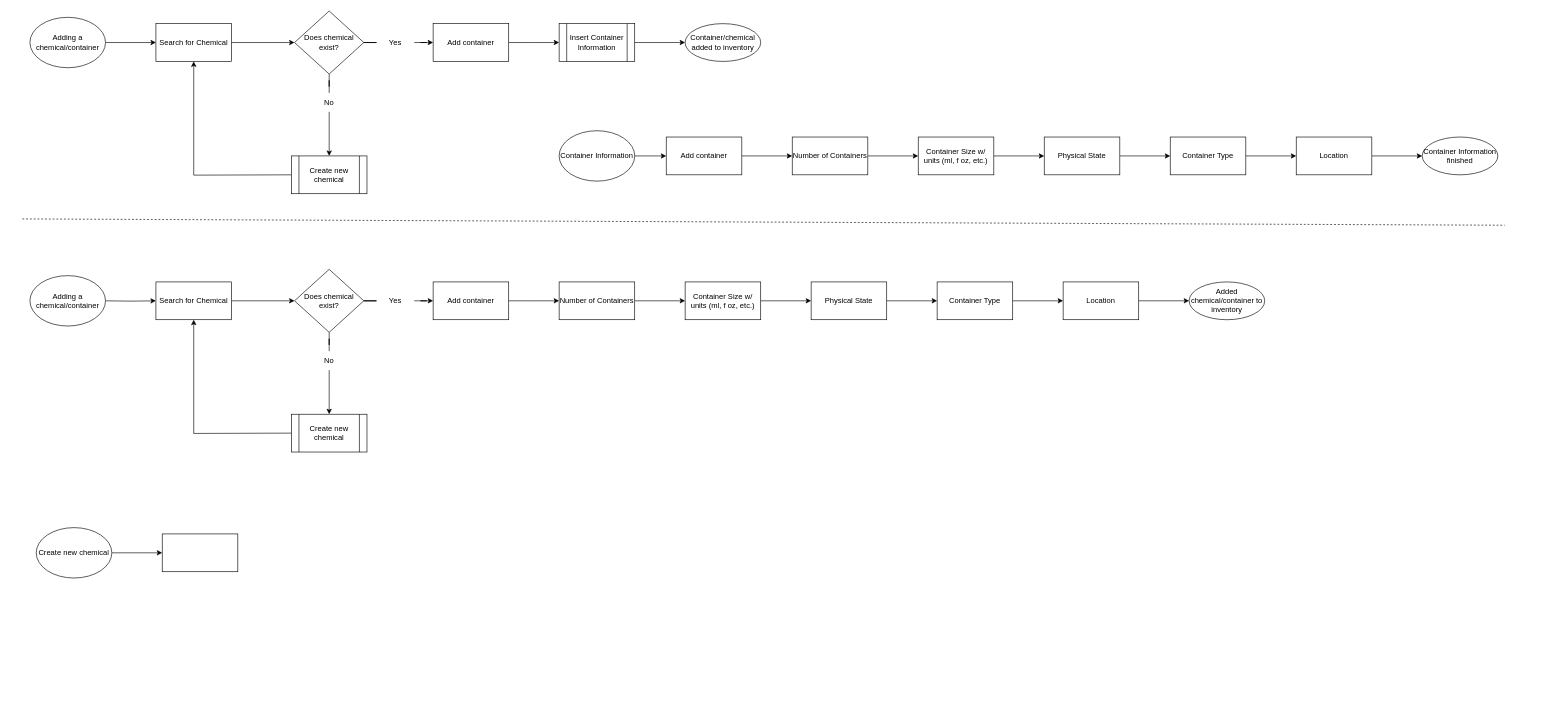
The draw.io diagram chemical_add_container.drawio in samuelroiz/WorkFlows_storage, before the edit. Source tidied: cells renumbered, new cells numbered last; positions are measured from the earlier drawing's top-left corner, leaving out a move shared by most shapes. Both pictures are drawn from the tidied source at 63%, with x=0, y=0 at pixel (22, 11).
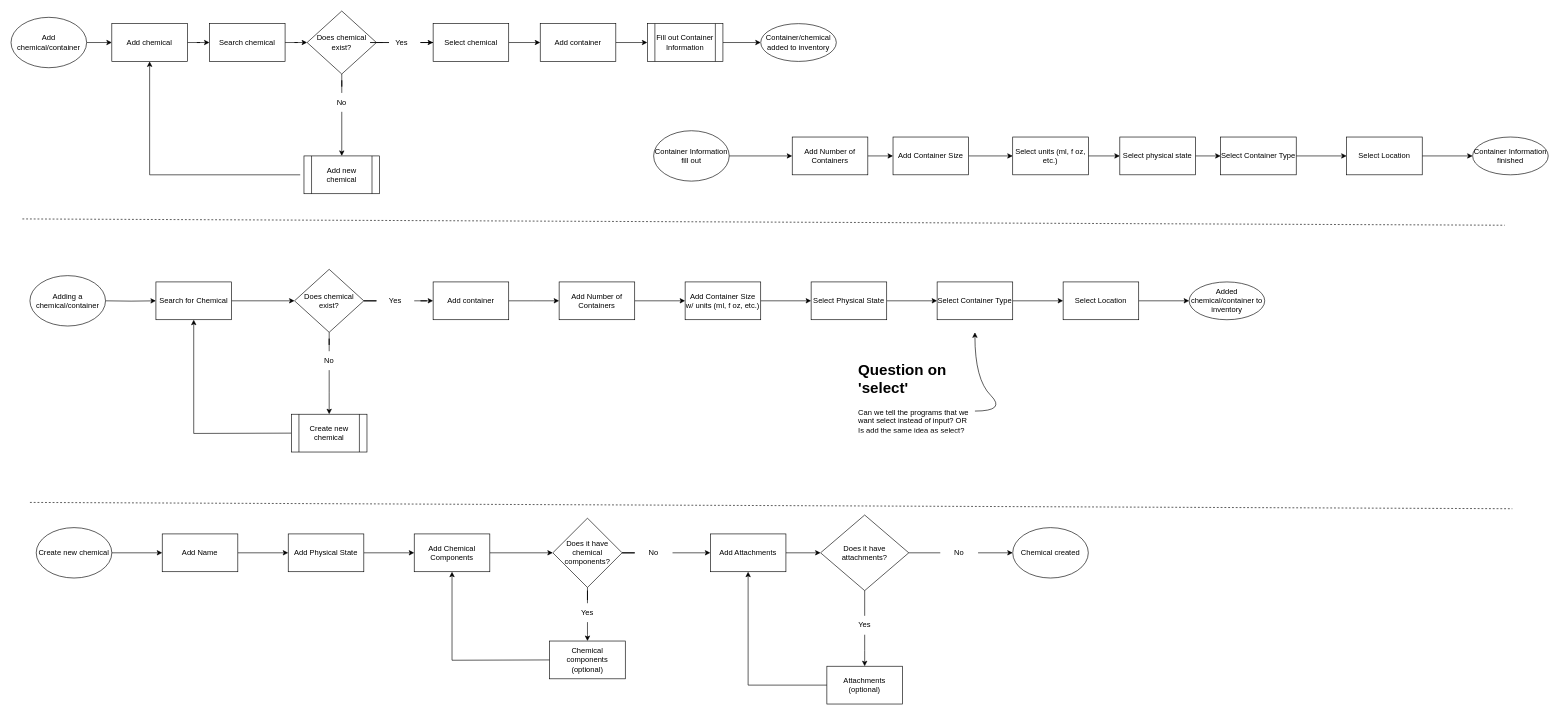
The same page after the edit.

Diff of the diagram source:
```diff
@@
-    <mxCell id="3" value="Adding a chemical/container" style="ellipse;whiteSpace=wrap;html=1;" parent="1" vertex="1">
-      <mxGeometry x="12" y="10" width="120" height="80" as="geometry" />
+    <mxCell id="3" value="Add chemical/container" style="ellipse;whiteSpace=wrap;html=1;" parent="1" vertex="1">
+      <mxGeometry x="-18" y="10" width="120" height="80" as="geometry" />
     </mxCell>
-    <mxCell id="4" style="edgeStyle=orthogonalEdgeStyle;rounded=0;jettySize=auto;html=1;" parent="1" edge="1" source="5" target="8">
-      <mxGeometry relative="1" as="geometry" />
-    </mxCell>
+    <mxCell id="65" style="edgeStyle=orthogonalEdgeStyle;rounded=0;jettySize=auto;html=1;" parent="1" edge="1" source="5" target="101">
+      <mxGeometry relative="1" as="geometry" />
+    </mxCell>
-    <mxCell id="5" value="Search for Chemical" style="whiteSpace=wrap;html=1;" parent="1" vertex="1">
-      <mxGeometry x="212" y="20" width="120" height="60" as="geometry" />
+    <mxCell id="5" value="Add chemical" style="whiteSpace=wrap;html=1;" parent="1" vertex="1">
+      <mxGeometry x="142" y="20" width="120" height="60" as="geometry" />
     </mxCell>
-    <mxCell id="6" style="edgeStyle=orthogonalEdgeStyle;rounded=0;jettySize=auto;html=1;startArrow=none;" parent="1" edge="1" source="12">
-      <mxGeometry relative="1" as="geometry">
-        <mxPoint x="487" y="230" as="targetPoint" />
-      </mxGeometry>
-    </mxCell>
@@
     <mxCell id="8" value="Does chemical exist?" style="rhombus;whiteSpace=wrap;html=1;" parent="1" vertex="1">
-      <mxGeometry x="432" width="110" height="100" as="geometry" />
+      <mxGeometry x="452" width="110" height="100" as="geometry" />
     </mxCell>
-    <mxCell id="9" style="edgeStyle=orthogonalEdgeStyle;rounded=0;jettySize=auto;html=1;entryX=0.5;entryY=1;entryDx=0;entryDy=0;" parent="1" edge="1" target="5">
-      <mxGeometry relative="1" as="geometry">
-        <mxPoint x="427" y="260" as="sourcePoint" />
-      </mxGeometry>
+    <mxCell id="9" style="edgeStyle=orthogonalEdgeStyle;rounded=0;jettySize=auto;html=1;entryX=0.5;entryY=1;entryDx=0;entryDy=0;exitX=-0.05;exitY=0.5;exitDx=0;exitDy=0;exitPerimeter=0;" parent="1" edge="1" source="16" target="5">
+      <mxGeometry relative="1" as="geometry" />
     </mxCell>
-    <mxCell id="10" style="edgeStyle=orthogonalEdgeStyle;rounded=0;jettySize=auto;html=1;" parent="1" edge="1" source="11">
-      <mxGeometry relative="1" as="geometry">
-        <mxPoint x="852" y="50" as="targetPoint" />
-      </mxGeometry>
-    </mxCell>
+    <mxCell id="66" style="edgeStyle=orthogonalEdgeStyle;rounded=0;jettySize=auto;html=1;" parent="1" edge="1" source="11" target="46">
+      <mxGeometry relative="1" as="geometry" />
+    </mxCell>
-    <mxCell id="11" value="Add container" style="whiteSpace=wrap;html=1;" parent="1" vertex="1">
+    <mxCell id="11" value="Select chemical" style="whiteSpace=wrap;html=1;" parent="1" vertex="1">
       <mxGeometry x="652" y="20" width="120" height="60" as="geometry" />
     </mxCell>
+    <mxCell id="67" style="edgeStyle=orthogonalEdgeStyle;rounded=0;jettySize=auto;html=1;" parent="1" edge="1" source="12" target="16">
+      <mxGeometry relative="1" as="geometry" />
+    </mxCell>
     <mxCell id="12" value="No" style="text;html=1;strokeColor=none;fillColor=none;align=center;verticalAlign=middle;whiteSpace=wrap;rounded=0;" parent="1" vertex="1">
-      <mxGeometry x="457" y="130" width="60" height="30" as="geometry" />
+      <mxGeometry x="477" y="130" width="60" height="30" as="geometry" />
     </mxCell>
@@
     <mxCell id="14" value="Yes" style="text;html=1;strokeColor=none;fillColor=none;align=center;verticalAlign=middle;whiteSpace=wrap;rounded=0;" parent="1" vertex="1">
-      <mxGeometry x="562" y="35" width="60" height="30" as="geometry" />
+      <mxGeometry x="572" y="35" width="60" height="30" as="geometry" />
     </mxCell>
@@
-    <mxCell id="16" value="Create new chemical" style="shape=process;whiteSpace=wrap;html=1;backgroundOutline=1;" parent="1" vertex="1">
-      <mxGeometry x="427" y="230" width="120" height="60" as="geometry" />
+    <mxCell id="16" value="Add new chemical" style="shape=process;whiteSpace=wrap;html=1;backgroundOutline=1;" parent="1" vertex="1">
+      <mxGeometry x="447" y="230" width="120" height="60" as="geometry" />
     </mxCell>
@@
-    <mxCell id="18" value="Insert Container Information" style="shape=process;whiteSpace=wrap;html=1;backgroundOutline=1;" parent="1" vertex="1">
-      <mxGeometry x="852" y="20" width="120" height="60" as="geometry" />
+    <mxCell id="18" value="Fill out Container Information" style="shape=process;whiteSpace=wrap;html=1;backgroundOutline=1;" parent="1" vertex="1">
+      <mxGeometry x="992" y="20" width="120" height="60" as="geometry" />
     </mxCell>
@@
-    <mxCell id="35" value="Number of Containers" style="rounded=0;whiteSpace=wrap;html=1;" parent="1" vertex="1">
+    <mxCell id="35" value="Add Number of Containers" style="rounded=0;whiteSpace=wrap;html=1;" parent="1" vertex="1">
       <mxGeometry x="852" y="430" width="120" height="60" as="geometry" />
     </mxCell>
@@
-    <mxCell id="37" value="Container Size w/ units (ml, f oz, etc.)" style="whiteSpace=wrap;html=1;rounded=0;" parent="1" vertex="1">
+    <mxCell id="37" value="Add Container Size w/ units (ml, f oz, etc.)" style="whiteSpace=wrap;html=1;rounded=0;" parent="1" vertex="1">
       <mxGeometry x="1052" y="430" width="120" height="60" as="geometry" />
     </mxCell>
@@
-    <mxCell id="39" value="Physical State" style="whiteSpace=wrap;html=1;rounded=0;" parent="1" vertex="1">
+    <mxCell id="39" value="Select Physical State" style="whiteSpace=wrap;html=1;rounded=0;" parent="1" vertex="1">
       <mxGeometry x="1252" y="430" width="120" height="60" as="geometry" />
     </mxCell>
@@
-    <mxCell id="41" value="Container Type" style="whiteSpace=wrap;html=1;rounded=0;" parent="1" vertex="1">
+    <mxCell id="41" value="Select Container Type" style="whiteSpace=wrap;html=1;rounded=0;" parent="1" vertex="1">
       <mxGeometry x="1452" y="430" width="120" height="60" as="geometry" />
     </mxCell>
@@
-    <mxCell id="43" value="Location" style="whiteSpace=wrap;html=1;rounded=0;" parent="1" vertex="1">
+    <mxCell id="43" value="Select Location" style="whiteSpace=wrap;html=1;rounded=0;" parent="1" vertex="1">
       <mxGeometry x="1652" y="430" width="120" height="60" as="geometry" />
     </mxCell>
@@
-    <mxCell id="45" style="edgeStyle=orthogonalEdgeStyle;rounded=0;jettySize=auto;html=1;" parent="1" edge="1" source="46">
-      <mxGeometry relative="1" as="geometry">
-        <mxPoint x="1222" y="230" as="targetPoint" />
-      </mxGeometry>
-    </mxCell>
-    <mxCell id="46" value="Add container" style="whiteSpace=wrap;html=1;" parent="1" vertex="1">
-      <mxGeometry x="1022" y="200" width="120" height="60" as="geometry" />
-    </mxCell>
@@
-    <mxCell id="48" value="Number of Containers" style="rounded=0;whiteSpace=wrap;html=1;" parent="1" vertex="1">
+    <mxCell id="48" value="Add Number of Containers" style="rounded=0;whiteSpace=wrap;html=1;" parent="1" vertex="1">
       <mxGeometry x="1222" y="200" width="120" height="60" as="geometry" />
     </mxCell>
-    <mxCell id="49" style="edgeStyle=orthogonalEdgeStyle;rounded=0;jettySize=auto;html=1;" parent="1" edge="1" source="50" target="52">
-      <mxGeometry relative="1" as="geometry" />
-    </mxCell>
+    <mxCell id="68" style="edgeStyle=orthogonalEdgeStyle;rounded=0;jettySize=auto;html=1;" parent="1" edge="1" source="50" target="103">
+      <mxGeometry relative="1" as="geometry" />
+    </mxCell>
-    <mxCell id="50" value="Container Size w/ units (ml, f oz, etc.)" style="whiteSpace=wrap;html=1;rounded=0;" parent="1" vertex="1">
-      <mxGeometry x="1422" y="200" width="120" height="60" as="geometry" />
+    <mxCell id="50" value="Add Container Size" style="whiteSpace=wrap;html=1;rounded=0;" parent="1" vertex="1">
+      <mxGeometry x="1382" y="200" width="120" height="60" as="geometry" />
     </mxCell>
@@
-    <mxCell id="52" value="Physical State" style="whiteSpace=wrap;html=1;rounded=0;" parent="1" vertex="1">
-      <mxGeometry x="1622" y="200" width="120" height="60" as="geometry" />
+    <mxCell id="52" value="Select physical state" style="whiteSpace=wrap;html=1;rounded=0;" parent="1" vertex="1">
+      <mxGeometry x="1742" y="200" width="120" height="60" as="geometry" />
     </mxCell>
@@
-    <mxCell id="54" value="Container Type" style="whiteSpace=wrap;html=1;rounded=0;" parent="1" vertex="1">
-      <mxGeometry x="1822" y="200" width="120" height="60" as="geometry" />
+    <mxCell id="54" value="Select Container Type" style="whiteSpace=wrap;html=1;rounded=0;" parent="1" vertex="1">
+      <mxGeometry x="1902" y="200" width="120" height="60" as="geometry" />
     </mxCell>
@@
-    <mxCell id="56" value="Location" style="whiteSpace=wrap;html=1;rounded=0;" parent="1" vertex="1">
-      <mxGeometry x="2022" y="200" width="120" height="60" as="geometry" />
+    <mxCell id="56" value="Select Location" style="whiteSpace=wrap;html=1;rounded=0;" parent="1" vertex="1">
+      <mxGeometry x="2102" y="200" width="120" height="60" as="geometry" />
     </mxCell>
     <mxCell id="57" value="Container Information finished" style="ellipse;whiteSpace=wrap;html=1;rounded=0;" parent="1" vertex="1">
-      <mxGeometry x="2222" y="200" width="120" height="60" as="geometry" />
+      <mxGeometry x="2302" y="200" width="120" height="60" as="geometry" />
     </mxCell>
-    <mxCell id="58" style="edgeStyle=orthogonalEdgeStyle;rounded=0;jettySize=auto;html=1;" parent="1" edge="1" source="59" target="46">
-      <mxGeometry relative="1" as="geometry" />
-    </mxCell>
+    <mxCell id="69" style="edgeStyle=orthogonalEdgeStyle;rounded=0;jettySize=auto;html=1;" parent="1" edge="1" source="59" target="48">
+      <mxGeometry relative="1" as="geometry" />
+    </mxCell>
-    <mxCell id="59" value="Container Information" style="ellipse;whiteSpace=wrap;html=1;" parent="1" vertex="1">
-      <mxGeometry x="852" y="190" width="120" height="80" as="geometry" />
+    <mxCell id="59" value="Container Information fill out" style="ellipse;whiteSpace=wrap;html=1;" parent="1" vertex="1">
+      <mxGeometry x="1002" y="190" width="120" height="80" as="geometry" />
     </mxCell>
     <mxCell id="60" value="Container/chemical added to inventory" style="ellipse;whiteSpace=wrap;html=1;" parent="1" vertex="1">
-      <mxGeometry x="1052" y="20" width="120" height="60" as="geometry" />
+      <mxGeometry x="1172" y="20" width="120" height="60" as="geometry" />
     </mxCell>
@@
+    <mxCell id="70" style="edgeStyle=orthogonalEdgeStyle;rounded=0;jettySize=auto;html=1;" parent="1" edge="1" source="64" target="72">
+      <mxGeometry relative="1" as="geometry" />
+    </mxCell>
-    <mxCell id="64" style="whiteSpace=wrap;html=1;" parent="1" vertex="1">
+    <mxCell id="64" value="Add Name" style="whiteSpace=wrap;html=1;" parent="1" vertex="1">
       <mxGeometry x="222" y="830" width="120" height="60" as="geometry" />
     </mxCell>
+    <mxCell id="71" style="edgeStyle=orthogonalEdgeStyle;rounded=0;jettySize=auto;html=1;" parent="1" edge="1" source="72" target="74">
+      <mxGeometry relative="1" as="geometry" />
+    </mxCell>
+    <mxCell id="72" value="Add Physical State" style="whiteSpace=wrap;html=1;" parent="1" vertex="1">
+      <mxGeometry x="422" y="830" width="120" height="60" as="geometry" />
+    </mxCell>
+    <mxCell id="73" style="edgeStyle=orthogonalEdgeStyle;rounded=0;jettySize=auto;html=1;" parent="1" edge="1" source="74" target="76">
+      <mxGeometry relative="1" as="geometry" />
+    </mxCell>
+    <mxCell id="74" value="Add Chemical Components" style="whiteSpace=wrap;html=1;" parent="1" vertex="1">
+      <mxGeometry x="622" y="830" width="120" height="60" as="geometry" />
+    </mxCell>
+    <mxCell id="75" style="edgeStyle=orthogonalEdgeStyle;rounded=0;jettySize=auto;html=1;startArrow=none;" parent="1" edge="1" source="81">
+      <mxGeometry relative="1" as="geometry">
+        <mxPoint x="897" y="1000" as="targetPoint" />
+      </mxGeometry>
+    </mxCell>
+    <mxCell id="76" value="Does it have chemical components?" style="rhombus;whiteSpace=wrap;html=1;" parent="1" vertex="1">
+      <mxGeometry x="842" y="805" width="110" height="110" as="geometry" />
+    </mxCell>
+    <mxCell id="77" style="edgeStyle=orthogonalEdgeStyle;rounded=0;jettySize=auto;html=1;" parent="1" edge="1" source="78" target="89">
+      <mxGeometry relative="1" as="geometry" />
+    </mxCell>
+    <mxCell id="78" value="No" style="text;html=1;strokeColor=none;fillColor=none;align=center;verticalAlign=middle;whiteSpace=wrap;rounded=0;" parent="1" vertex="1">
+      <mxGeometry x="972" y="845" width="60" height="30" as="geometry" />
+    </mxCell>
+    <mxCell id="79" style="edgeStyle=orthogonalEdgeStyle;rounded=0;jettySize=auto;html=1;endArrow=none;" parent="1" edge="1" source="76" target="78">
+      <mxGeometry relative="1" as="geometry" />
+    </mxCell>
+    <mxCell id="80" style="edgeStyle=orthogonalEdgeStyle;rounded=0;jettySize=auto;html=1;exitX=0;exitY=0.5;exitDx=0;exitDy=0;entryX=0.5;entryY=1;entryDx=0;entryDy=0;" parent="1" edge="1" target="74">
+      <mxGeometry relative="1" as="geometry">
+        <mxPoint x="837" y="1030" as="sourcePoint" />
+      </mxGeometry>
+    </mxCell>
+    <mxCell id="81" value="Yes" style="text;html=1;strokeColor=none;fillColor=none;align=center;verticalAlign=middle;whiteSpace=wrap;rounded=0;" parent="1" vertex="1">
+      <mxGeometry x="867" y="940" width="60" height="30" as="geometry" />
+    </mxCell>
+    <mxCell id="82" style="edgeStyle=orthogonalEdgeStyle;rounded=0;jettySize=auto;html=1;endArrow=none;" parent="1" edge="1" source="76" target="81">
+      <mxGeometry relative="1" as="geometry" />
+    </mxCell>
+    <mxCell id="83" style="edgeStyle=orthogonalEdgeStyle;rounded=0;jettySize=auto;html=1;startArrow=none;entryX=0;entryY=0.5;entryDx=0;entryDy=0;" parent="1" edge="1" source="85" target="97">
+      <mxGeometry relative="1" as="geometry" />
+    </mxCell>
+    <mxCell id="84" value="Does it have attachments?" style="rhombus;whiteSpace=wrap;html=1;" parent="1" vertex="1">
+      <mxGeometry x="1267" y="800" width="140" height="120" as="geometry" />
+    </mxCell>
+    <mxCell id="85" value="No" style="text;html=1;strokeColor=none;fillColor=none;align=center;verticalAlign=middle;whiteSpace=wrap;rounded=0;" parent="1" vertex="1">
+      <mxGeometry x="1457" y="845" width="60" height="30" as="geometry" />
+    </mxCell>
+    <mxCell id="86" style="edgeStyle=orthogonalEdgeStyle;rounded=0;jettySize=auto;html=1;endArrow=none;" parent="1" edge="1" source="84" target="85">
+      <mxGeometry relative="1" as="geometry" />
+    </mxCell>
+    <mxCell id="87" style="edgeStyle=orthogonalEdgeStyle;rounded=0;jettySize=auto;html=1;" parent="1" edge="1" source="89" target="84">
+      <mxGeometry relative="1" as="geometry" />
+    </mxCell>
+    <mxCell id="88" style="edgeStyle=orthogonalEdgeStyle;rounded=0;jettySize=auto;html=1;startArrow=none;" parent="1" edge="1" source="90">
+      <mxGeometry relative="1" as="geometry">
+        <mxPoint x="1337" y="1040" as="targetPoint" />
+      </mxGeometry>
+    </mxCell>
+    <mxCell id="89" value="Add Attachments" style="rounded=0;whiteSpace=wrap;html=1;" parent="1" vertex="1">
+      <mxGeometry x="1092" y="830" width="120" height="60" as="geometry" />
+    </mxCell>
+    <mxCell id="90" value="Yes" style="text;html=1;strokeColor=none;fillColor=none;align=center;verticalAlign=middle;whiteSpace=wrap;rounded=0;" parent="1" vertex="1">
+      <mxGeometry x="1307" y="960" width="60" height="30" as="geometry" />
+    </mxCell>
+    <mxCell id="91" style="edgeStyle=orthogonalEdgeStyle;rounded=0;jettySize=auto;html=1;endArrow=none;exitX=0.5;exitY=1;exitDx=0;exitDy=0;" parent="1" edge="1" source="84" target="90">
+      <mxGeometry relative="1" as="geometry" />
+    </mxCell>
+    <mxCell id="92" style="edgeStyle=orthogonalEdgeStyle;rounded=0;jettySize=auto;html=1;exitX=0;exitY=0.5;exitDx=0;exitDy=0;entryX=0.5;entryY=1;entryDx=0;entryDy=0;" parent="1" edge="1" source="93" target="89">
+      <mxGeometry relative="1" as="geometry" />
+    </mxCell>
+    <mxCell id="93" value="Attachments (optional)" style="rounded=0;whiteSpace=wrap;html=1;" parent="1" vertex="1">
+      <mxGeometry x="1277" y="1040" width="120" height="60" as="geometry" />
+    </mxCell>
+    <mxCell id="94" value="Chemical components (optional)" style="rounded=0;whiteSpace=wrap;html=1;" parent="1" vertex="1">
+      <mxGeometry x="837" y="1000" width="120" height="60" as="geometry" />
+    </mxCell>
+    <mxCell id="95" value="&lt;h1&gt;Question on 'select'&lt;/h1&gt;&lt;p&gt;&lt;span style=&quot;text-align: center&quot;&gt;Can we tell the programs that we want select instead of input? OR Is add the same idea as select?&amp;nbsp;&lt;/span&gt;&lt;br&gt;&lt;/p&gt;" style="text;html=1;strokeColor=none;fillColor=none;spacing=5;spacingTop=-20;whiteSpace=wrap;overflow=hidden;rounded=0;" parent="1" vertex="1">
+      <mxGeometry x="1322" y="550" width="190" height="120" as="geometry" />
+    </mxCell>
+    <mxCell id="96" style="curved=1;endArrow=classic;html=1;rounded=0;" parent="1" edge="1">
+      <mxGeometry relative="1" as="geometry">
+        <mxPoint x="1512" y="635" as="sourcePoint" />
+        <mxPoint x="1512" y="510" as="targetPoint" />
+        <Array as="points">
+          <mxPoint x="1562" y="635" />
+          <mxPoint x="1512" y="585" />
+        </Array>
+      </mxGeometry>
+    </mxCell>
+    <mxCell id="97" value="Chemical created" style="ellipse;whiteSpace=wrap;html=1;" parent="1" vertex="1">
+      <mxGeometry x="1572" y="820" width="120" height="80" as="geometry" />
+    </mxCell>
+    <mxCell id="98" style="endArrow=none;dashed=1;html=1;rounded=0;" parent="1" edge="1">
+      <mxGeometry relative="1" as="geometry">
+        <mxPoint x="12" y="780" as="sourcePoint" />
+        <mxPoint x="2365" y="790" as="targetPoint" />
+      </mxGeometry>
+    </mxCell>
+    <mxCell id="99" style="edgeStyle=orthogonalEdgeStyle;rounded=0;jettySize=auto;html=1;" parent="1" edge="1" source="46" target="18">
+      <mxGeometry relative="1" as="geometry" />
+    </mxCell>
+    <mxCell id="46" value="Add container" style="whiteSpace=wrap;html=1;" parent="1" vertex="1">
+      <mxGeometry x="822" y="20" width="120" height="60" as="geometry" />
+    </mxCell>
+    <mxCell id="100" style="edgeStyle=orthogonalEdgeStyle;rounded=0;jettySize=auto;html=1;" parent="1" edge="1" source="101" target="8">
+      <mxGeometry relative="1" as="geometry" />
+    </mxCell>
+    <mxCell id="101" value="Search chemical" style="whiteSpace=wrap;html=1;" parent="1" vertex="1">
+      <mxGeometry x="297" y="20" width="120" height="60" as="geometry" />
+    </mxCell>
+    <mxCell id="102" style="edgeStyle=orthogonalEdgeStyle;rounded=0;jettySize=auto;html=1;" parent="1" edge="1" source="103" target="52">
+      <mxGeometry relative="1" as="geometry" />
+    </mxCell>
+    <mxCell id="103" value="&lt;span&gt;Select units (ml, f oz, etc.)&lt;/span&gt;" style="whiteSpace=wrap;html=1;rounded=0;" parent="1" vertex="1">
+      <mxGeometry x="1572" y="200" width="120" height="60" as="geometry" />
+    </mxCell>
```
